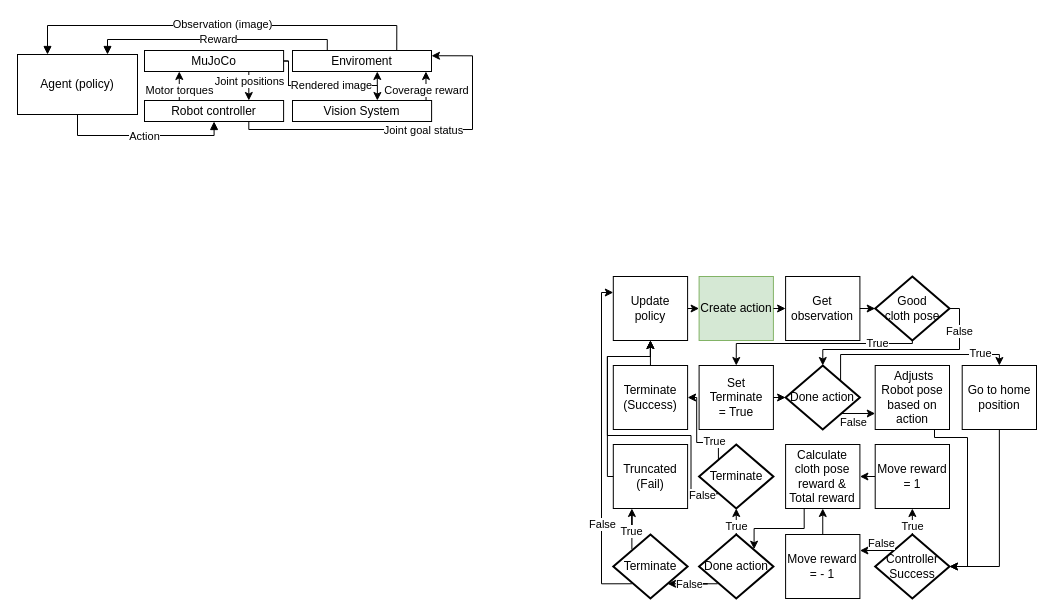
Before: Unavngivet diagram.drawio in kasperfg16/p8_sewbot, a draw.io diagram. Source tidied: cells renumbered, new cells numbered last; positions are measured from the earlier drawing's top-left corner, leaving out a move shared by most shapes. Both pictures are drawn from the tidied source at 100%, with x=0, y=0 at pixel (17, 25).
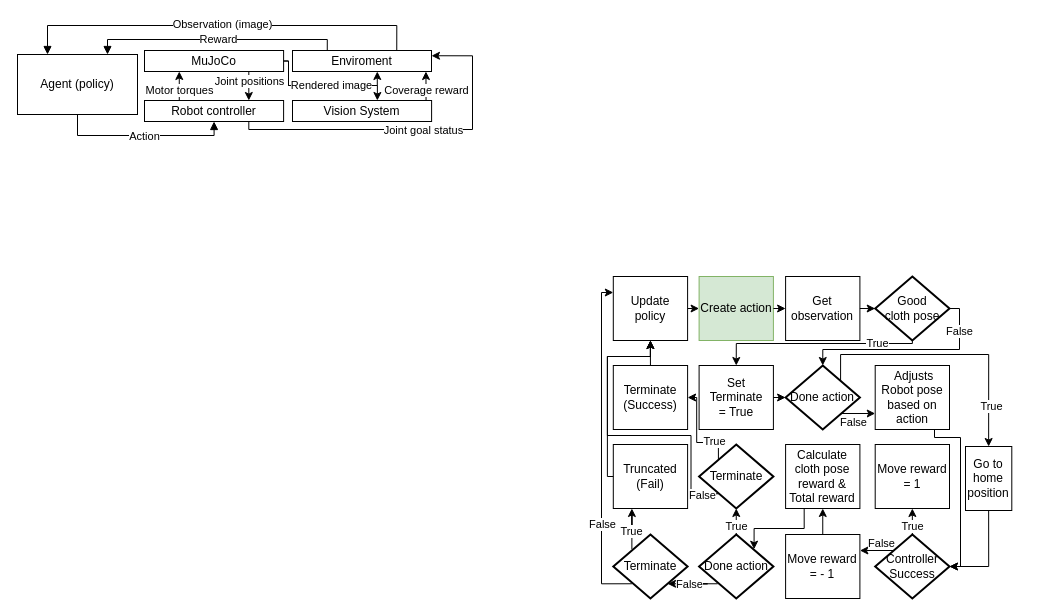
After the change.

The change refers to these unchanged cells:
```xml
<mxCell id="24" style="group;horizontal=1;" parent="1" vertex="1">
  <mxGeometry x="584" y="251" width="435" height="322" as="geometry" />
</mxCell>
<mxCell id="26" value="&amp;nbsp;Adjusts Robot pose based on action" style="whiteSpace=wrap;html=1;" parent="24" vertex="1">
  <mxGeometry x="273.7" y="89" width="74.3" height="64" as="geometry" />
</mxCell>
<mxCell id="35" value="Move reward&lt;br&gt;= 1" style="whiteSpace=wrap;html=1;" parent="24" vertex="1">
  <mxGeometry x="273.7" y="168" width="74.3" height="64" as="geometry" />
</mxCell>
<mxCell id="42" value="Calculate cloth pose reward &amp;amp; Total reward" style="whiteSpace=wrap;html=1;" parent="24" vertex="1">
  <mxGeometry x="184.1" y="168" width="74.3" height="64" as="geometry" />
</mxCell>
<mxCell id="70" value="Done action" style="strokeWidth=2;html=1;shape=mxgraph.flowchart.decision;whiteSpace=wrap;points=[[0,0.5,0,0,0],[0.25,0.25,0,0,0],[0.25,0.77,0,0,0],[0.5,0,0,0,0],[0.5,1,0,0,0],[0.74,0.25,0,0,0],[0.74,0.77,0,0,0],[1,0.5,0,0,0]];" parent="24" vertex="1">
  <mxGeometry x="184.1" y="89" width="74.3" height="64" as="geometry" />
</mxCell>
```

Change to the diagram source:
```diff
@@
-    <mxCell id="27" value="Controller Success" style="strokeWidth=2;html=1;shape=mxgraph.flowchart.decision;whiteSpace=wrap;points=[[0,0.5,0,0,0],[0.24,0.25,0,0,0],[0.24,0.75,0,0,0],[0.5,0,0,0,0],[0.5,1,0,0,0],[1,0.5,0,0,0]];" parent="24" vertex="1">
-      <mxGeometry x="273.7" y="258" width="74.3" height="64" as="geometry" />
-    </mxCell>
     <mxCell id="28" style="edgeStyle=orthogonalEdgeStyle;rounded=0;jettySize=auto;html=1;exitX=0.5;exitY=1;exitDx=0;exitDy=0;entryX=1;entryY=0.5;entryDx=0;entryDy=0;entryPerimeter=0;" parent="24" edge="1" source="26" target="27">
       <mxGeometry relative="1" as="geometry">
         <Array as="points">
           <mxPoint x="333" y="153" />
           <mxPoint x="333" y="161" />
-          <mxPoint x="366" y="161" />
-          <mxPoint x="366" y="290" />
+          <mxPoint x="359" y="161" />
+          <mxPoint x="359" y="290" />
         </Array>
       </mxGeometry>
     </mxCell>
@@
-    <mxCell id="34" style="edgeStyle=orthogonalEdgeStyle;rounded=0;jettySize=auto;html=1;exitX=0;exitY=0.5;exitDx=0;exitDy=0;entryX=1;entryY=0.5;entryDx=0;entryDy=0;" parent="24" edge="1" source="35" target="42">
-      <mxGeometry relative="1" as="geometry" />
-    </mxCell>
@@
     <mxCell id="65" value="Go to home position" style="whiteSpace=wrap;html=1;" parent="24" vertex="1">
-      <mxGeometry x="360.7" y="89" width="74.3" height="64" as="geometry" />
+      <mxGeometry x="364" y="170" width="46.3" height="64" as="geometry" />
     </mxCell>
     <mxCell id="66" style="edgeStyle=orthogonalEdgeStyle;rounded=0;jettySize=auto;html=1;exitX=0.74;exitY=0.25;exitDx=0;exitDy=0;exitPerimeter=0;entryX=0.5;entryY=0;entryDx=0;entryDy=0;" parent="24" edge="1" source="70" target="65">
       <mxGeometry relative="1" as="geometry">
         <Array as="points">
           <mxPoint x="239" y="78" />
-          <mxPoint x="398" y="78" />
+          <mxPoint x="387" y="78" />
         </Array>
       </mxGeometry>
     </mxCell>
     <mxCell id="67" value="True" style="edgeLabel;html=1;align=center;verticalAlign=middle;" parent="66" vertex="1">
-      <mxGeometry x="0.69" y="2" relative="1" as="geometry" />
+      <mxGeometry x="0.69" y="2" relative="1" as="geometry">
+        <mxPoint y="1" as="offset" />
+      </mxGeometry>
     </mxCell>
@@
+    <mxCell id="27" value="Controller Success" style="strokeWidth=2;html=1;shape=mxgraph.flowchart.decision;whiteSpace=wrap;points=[[0,0.5,0,0,0],[0.24,0.25,0,0,0],[0.24,0.75,0,0,0],[0.5,0,0,0,0],[0.5,1,0,0,0],[1,0.5,0,0,0]];" parent="24" vertex="1">
+      <mxGeometry x="273.7" y="258" width="74.3" height="64" as="geometry" />
+    </mxCell>
```
